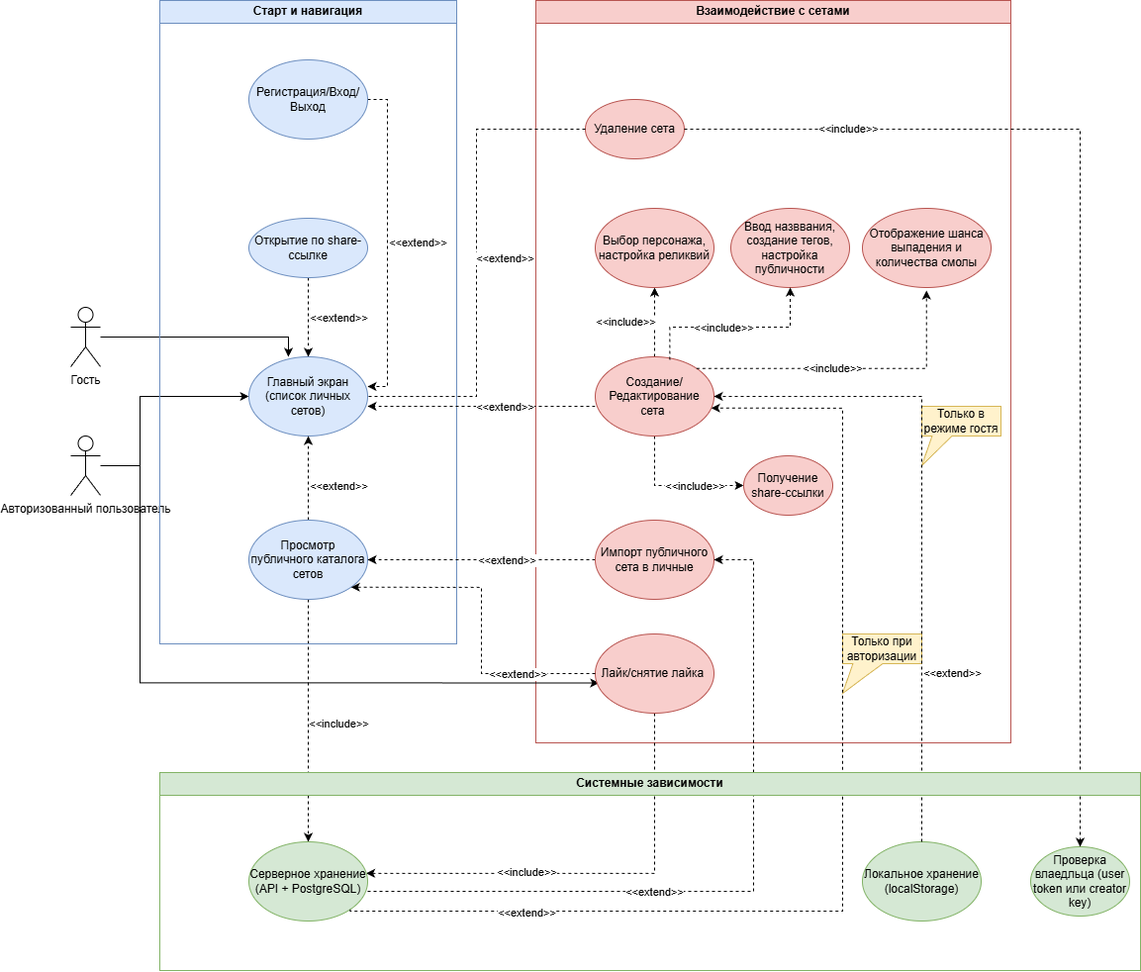
Earlier version of the draw.io export docs/Usecase.png (twensevts/constructor_hsr). Source tidied: cells renumbered, new cells last; positions are measured from the earlier drawing's top-left corner, leaving out a move shared by most shapes.
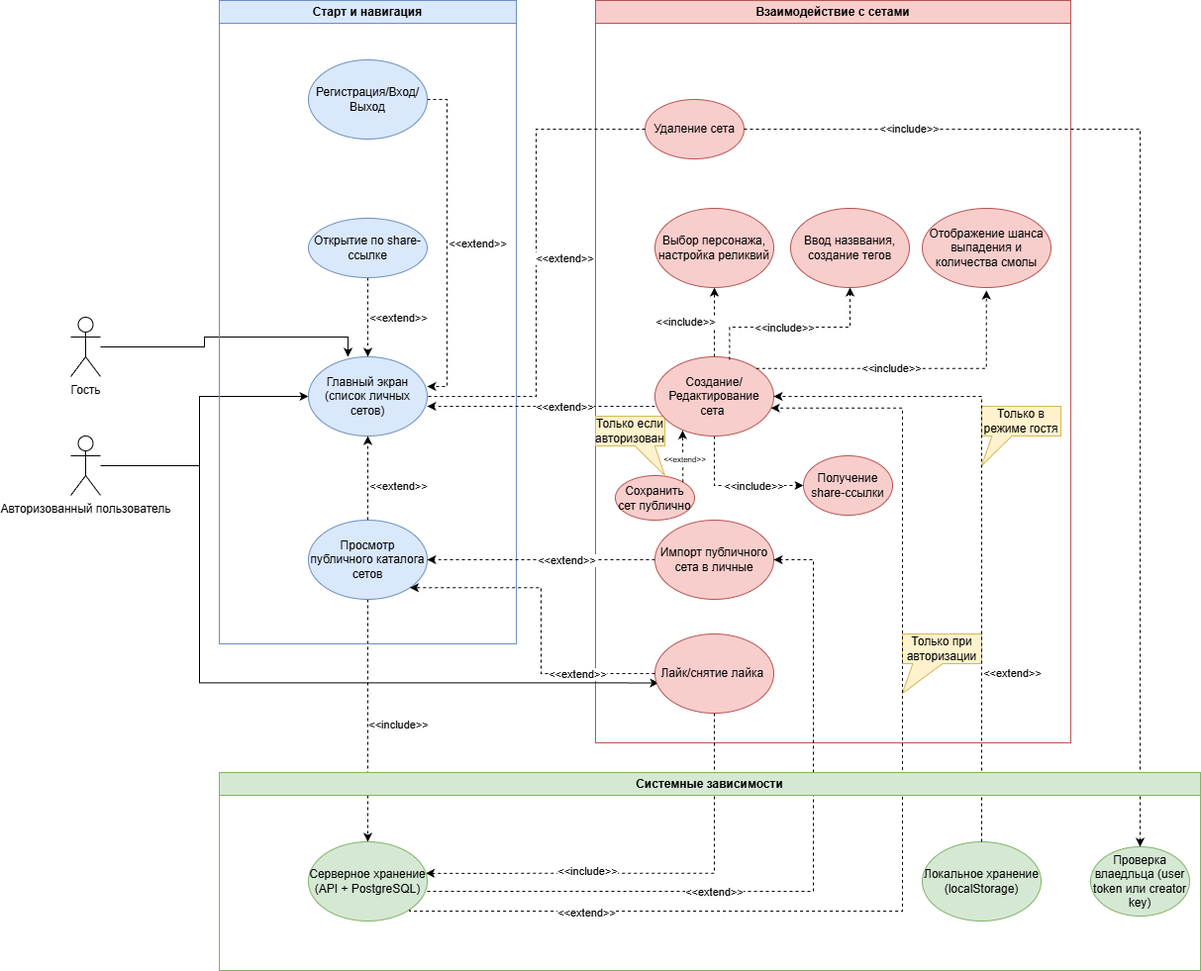
The same diagram one commit later.

Change to the diagram source:
```diff
@@ -23,7 +23,7 @@
         <mxPoint y="129" as="offset" />
       </mxGeometry>
     </mxCell>
-    <mxCell id="6" value="Ввод назввания, создание тегов, настройка публичности" style="ellipse;whiteSpace=wrap;html=1;fillColor=#f8cecc;strokeColor=#b85450;" parent="2" vertex="1">
+    <mxCell id="6" value="Ввод назввания, создание тегов" style="ellipse;whiteSpace=wrap;html=1;fillColor=#f8cecc;strokeColor=#b85450;" parent="2" vertex="1">
       <mxGeometry x="197" y="210" width="120" height="80" as="geometry" />
     </mxCell>
     <mxCell id="7" value="Только при авторизации" style="shape=callout;whiteSpace=wrap;html=1;perimeter=calloutPerimeter;position2=0;fillColor=#fff2cc;strokeColor=#d6b656;size=30;position=0.13;base=30;" parent="2" vertex="1">
@@ -35,8 +35,14 @@
     <mxCell id="9" value="Отображение шанса выпадения и количества смолы" style="ellipse;whiteSpace=wrap;html=1;fillColor=#f8cecc;strokeColor=#b85450;" parent="2" vertex="1">
       <mxGeometry x="330" y="210" width="130" height="80" as="geometry" />
     </mxCell>
+    <mxCell id="63" value="Сохранить сет публично" style="ellipse;whiteSpace=wrap;html=1;fillColor=#f8cecc;strokeColor=#b85450;" parent="2" vertex="1">
+      <mxGeometry x="20" y="480" width="80" height="45" as="geometry" />
+    </mxCell>
+    <mxCell id="64" value="Только если авторизован" style="shape=callout;whiteSpace=wrap;html=1;perimeter=calloutPerimeter;position2=1;fillColor=#fff2cc;strokeColor=#d6b656;size=30;position=0.57;" parent="2" vertex="1">
+      <mxGeometry y="420" width="70" height="60" as="geometry" />
+    </mxCell>
     <mxCell id="10" value="Гость&lt;div&gt;&lt;br&gt;&lt;/div&gt;" style="shape=umlActor;verticalLabelPosition=bottom;verticalAlign=top;html=1;outlineConnect=0;" parent="1" vertex="1">
-      <mxGeometry y="310" width="30" height="60" as="geometry" />
+      <mxGeometry x="-60" y="320" width="30" height="60" as="geometry" />
     </mxCell>
     <mxCell id="11" style="edgeStyle=orthogonalEdgeStyle;rounded=0;jettySize=auto;html=1;dashed=1;exitX=0.5;exitY=1;exitDx=0;exitDy=0;" parent="1" edge="1" source="18" target="13">
       <mxGeometry relative="1" as="geometry" />
@@ -69,7 +75,7 @@
       </mxGeometry>
     </mxCell>
     <mxCell id="17" value="Авторизованный пользователь&lt;div&gt;&lt;br&gt;&lt;/div&gt;" style="shape=umlActor;verticalLabelPosition=bottom;verticalAlign=top;html=1;outlineConnect=0;" parent="1" vertex="1">
-      <mxGeometry y="440" width="30" height="60" as="geometry" />
+      <mxGeometry x="-60" y="440" width="30" height="60" as="geometry" />
     </mxCell>
     <mxCell id="18" value="Открытие по share-ссылке" style="ellipse;whiteSpace=wrap;html=1;fillColor=#dae8fc;strokeColor=#6c8ebf;" parent="1" vertex="1">
       <mxGeometry x="180" y="220" width="120" height="60" as="geometry" />
@@ -274,5 +280,13 @@
     <mxCell id="62" value="&amp;lt;&amp;lt;include&amp;gt;&amp;gt;" style="edgeLabel;html=1;align=center;verticalAlign=middle;" parent="61" vertex="1">
       <mxGeometry x="-0.12" relative="1" as="geometry" />
     </mxCell>
+    <mxCell id="65" style="edgeStyle=orthogonalEdgeStyle;rounded=0;jettySize=auto;html=1;exitX=1;exitY=0;exitDx=0;exitDy=0;entryX=0.232;entryY=0.929;entryDx=0;entryDy=0;entryPerimeter=0;dashed=1;" parent="1" edge="1" source="63" target="42">
+      <mxGeometry relative="1" as="geometry" />
+    </mxCell>
+    <mxCell id="66" value="&amp;lt;&amp;lt;extend&amp;gt;&amp;gt;" style="edgeLabel;html=1;align=center;verticalAlign=middle;fontSize=8;" parent="65" vertex="1">
+      <mxGeometry x="-0.17" y="2" relative="1" as="geometry">
+        <mxPoint x="3" y="-1" as="offset" />
+      </mxGeometry>
+    </mxCell>
   </root>
 </mxGraphModel>
```
